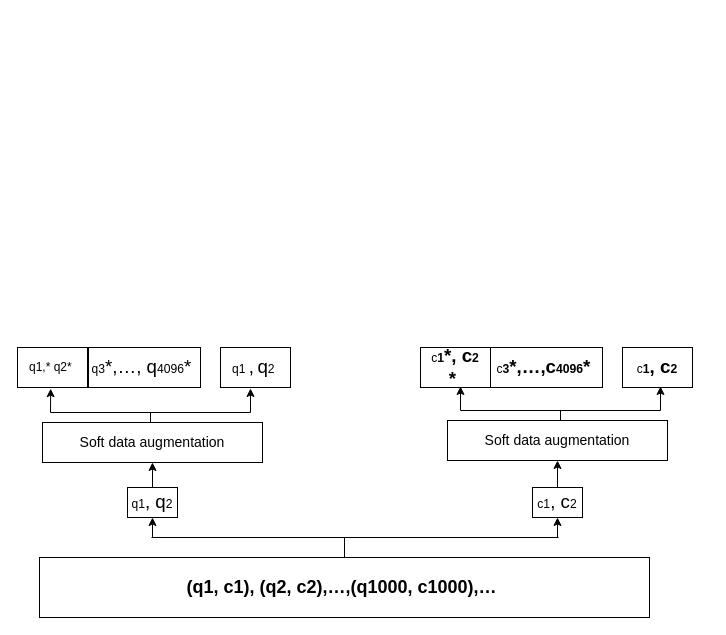
Earlier version of the draw.io diagram 未命名绘图.drawio (Raychon614/StudentData). Source tidied: cells renumbered, new cells numbered last; positions are measured from the earlier drawing's top-left corner, leaving out a move shared by most shapes. Both pictures are drawn from the tidied source at 100%, with x=0, y=0 at pixel (17, 347).
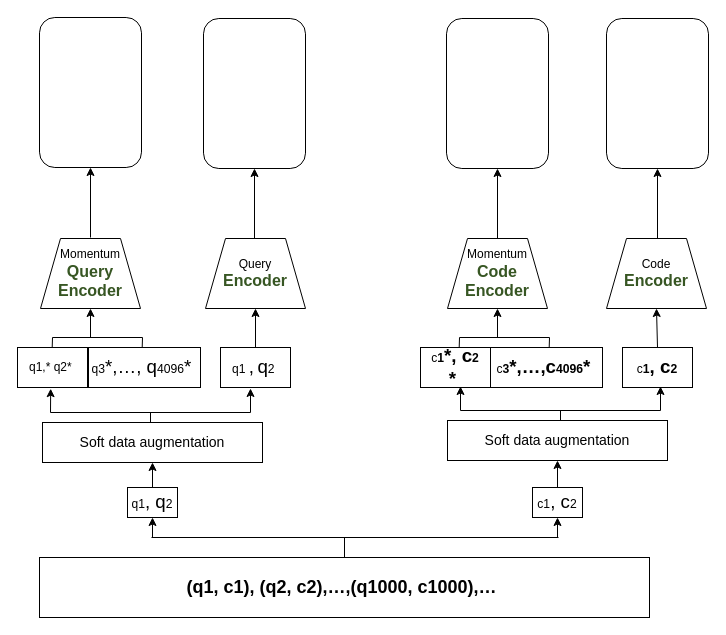
The same diagram, later.

Commit message (it also covers changes not shown here):
更新未命名绘图.drawio

Unchanged cells that the change refers to:
```xml
<mxCell id="15" value="&lt;div&gt;q&lt;span style=&quot;font-size: 9.12pt; font-family: Arial-BoldMT;&quot;&gt;1 &lt;/span&gt;&lt;span style=&quot;font-size: 14.064pt; font-family: Arial-BoldMT;&quot;&gt;,&lt;/span&gt;&lt;span style=&quot;font-size: 9.12pt; font-family: Arial-BoldMT;&quot;&gt; &lt;/span&gt;&lt;span style=&quot;font-size: 14.064pt; font-family: Arial-BoldMT;&quot;&gt;q&lt;/span&gt;&lt;span style=&quot;font-size: 9.12pt; font-family: Arial-BoldMT;&quot;&gt;2&amp;nbsp;&lt;/span&gt;&lt;/div&gt;" style="rounded=0;whiteSpace=wrap;html=1;" parent="1" vertex="1">
  <mxGeometry x="203" width="70" height="40" as="geometry" />
</mxCell>
<mxCell id="18" value="&lt;div&gt;c&lt;span style=&quot;font-size: 9.12pt; font-family: Arial-BoldMT; font-weight: bold;&quot;&gt;1&lt;/span&gt;&lt;span style=&quot;font-size: 14.064pt; font-family: Arial-BoldMT; font-weight: bold;&quot;&gt;, c&lt;/span&gt;&lt;span style=&quot;font-size: 9.12pt; font-family: Arial-BoldMT; font-weight: bold;&quot;&gt;2&lt;/span&gt;&lt;/div&gt;" style="rounded=0;whiteSpace=wrap;html=1;" parent="1" vertex="1">
  <mxGeometry x="605" width="70" height="40" as="geometry" />
</mxCell>
```

Diff of the diagram source:
```diff
@@
+    <mxCell id="27" value="&lt;div&gt;Momentum&lt;br/&gt;&lt;/div&gt;&lt;div&gt;&lt;span style=&quot;mso-spacerun:'yes';font-size:12pt;font-family:Arial-BoldMT;color:rgb(55,86,35);font-weight:bold;&quot;&gt;Query &lt;br/&gt;&lt;/span&gt;&lt;/div&gt;&lt;div&gt;&lt;span style=&quot;mso-spacerun:'yes';font-size:12pt;font-family:Arial-BoldMT;color:rgb(55,86,35);font-weight:bold;&quot;&gt;Encoder&lt;/span&gt;&lt;/div&gt;" style="shape=trapezoid;perimeter=trapezoidPerimeter;whiteSpace=wrap;html=1;fixedSize=1;" parent="1" vertex="1">
+      <mxGeometry x="23" y="-109" width="100" height="70" as="geometry" />
+    </mxCell>
+    <mxCell id="28" value="&lt;div&gt;Query &lt;br/&gt;&lt;/div&gt;&lt;div&gt;&lt;span style=&quot;mso-spacerun:'yes';font-size:12pt;font-family:Arial-BoldMT;color:rgb(55,86,35);font-weight:bold;&quot;&gt;Encoder&lt;/span&gt;&lt;/div&gt;" style="shape=trapezoid;perimeter=trapezoidPerimeter;whiteSpace=wrap;html=1;fixedSize=1;" parent="1" vertex="1">
+      <mxGeometry x="188" y="-109" width="100" height="70" as="geometry" />
+    </mxCell>
+    <mxCell id="29" value="&lt;div&gt;Momentum&lt;br/&gt;&lt;/div&gt;&lt;div&gt;&lt;span style=&quot;mso-spacerun:'yes';font-size:12pt;font-family:Arial-BoldMT;color:rgb(55,86,35);font-weight:bold;&quot;&gt;Code &lt;br/&gt;&lt;/span&gt;&lt;/div&gt;&lt;div&gt;&lt;span style=&quot;mso-spacerun:'yes';font-size:12pt;font-family:Arial-BoldMT;color:rgb(55,86,35);font-weight:bold;&quot;&gt;Encoder&lt;/span&gt;&lt;/div&gt;" style="shape=trapezoid;perimeter=trapezoidPerimeter;whiteSpace=wrap;html=1;fixedSize=1;" parent="1" vertex="1">
+      <mxGeometry x="430" y="-109" width="100" height="70" as="geometry" />
+    </mxCell>
+    <mxCell id="30" value="&lt;div&gt;Code &lt;br/&gt;&lt;/div&gt;&lt;div&gt;&lt;span style=&quot;mso-spacerun:'yes';font-size:12pt;font-family:Arial-BoldMT;color:rgb(55,86,35);font-weight:bold;&quot;&gt;Encoder&lt;/span&gt;&lt;/div&gt;" style="shape=trapezoid;perimeter=trapezoidPerimeter;whiteSpace=wrap;html=1;fixedSize=1;" parent="1" vertex="1">
+      <mxGeometry x="589" y="-109" width="100" height="70" as="geometry" />
+    </mxCell>
+    <mxCell id="31" style="endArrow=classic;html=1;rounded=0;exitX=0.5;exitY=0;exitDx=0;exitDy=0;entryX=0.5;entryY=1;entryDx=0;entryDy=0;" parent="1" edge="1" source="15" target="28">
+      <mxGeometry relative="1" as="geometry" />
+    </mxCell>
+    <mxCell id="32" style="endArrow=classic;html=1;rounded=0;exitX=0.5;exitY=0;exitDx=0;exitDy=0;entryX=0.5;entryY=1;entryDx=0;entryDy=0;" parent="1" edge="1" source="18" target="30">
+      <mxGeometry relative="1" as="geometry" />
+    </mxCell>
+    <mxCell id="33" style="endArrow=none;html=1;rounded=0;" parent="1" edge="1">
+      <mxGeometry relative="1" as="geometry">
+        <mxPoint x="34.7" as="sourcePoint" />
+        <mxPoint x="35" y="-10" as="targetPoint" />
+      </mxGeometry>
+    </mxCell>
+    <mxCell id="34" style="endArrow=none;html=1;rounded=0;" parent="1" edge="1">
+      <mxGeometry relative="1" as="geometry">
+        <mxPoint x="124.7" as="sourcePoint" />
+        <mxPoint x="125" y="-10" as="targetPoint" />
+      </mxGeometry>
+    </mxCell>
+    <mxCell id="35" style="endArrow=none;html=1;rounded=0;" parent="1" edge="1">
+      <mxGeometry relative="1" as="geometry">
+        <mxPoint x="35" y="-10" as="sourcePoint" />
+        <mxPoint x="125" y="-10" as="targetPoint" />
+      </mxGeometry>
+    </mxCell>
+    <mxCell id="36" style="endArrow=classic;html=1;rounded=0;entryX=0.5;entryY=1;entryDx=0;entryDy=0;" parent="1" edge="1" target="27">
+      <mxGeometry relative="1" as="geometry">
+        <mxPoint x="73" y="-10" as="sourcePoint" />
+      </mxGeometry>
+    </mxCell>
+    <mxCell id="37" style="endArrow=none;html=1;rounded=0;" parent="1" edge="1">
+      <mxGeometry relative="1" as="geometry">
+        <mxPoint x="441.7" as="sourcePoint" />
+        <mxPoint x="442" y="-10" as="targetPoint" />
+      </mxGeometry>
+    </mxCell>
+    <mxCell id="38" style="endArrow=none;html=1;rounded=0;" parent="1" edge="1">
+      <mxGeometry relative="1" as="geometry">
+        <mxPoint x="531.7" as="sourcePoint" />
+        <mxPoint x="532" y="-10" as="targetPoint" />
+      </mxGeometry>
+    </mxCell>
+    <mxCell id="39" style="endArrow=none;html=1;rounded=0;" parent="1" edge="1">
+      <mxGeometry relative="1" as="geometry">
+        <mxPoint x="442" y="-10" as="sourcePoint" />
+        <mxPoint x="532" y="-10" as="targetPoint" />
+      </mxGeometry>
+    </mxCell>
+    <mxCell id="40" style="endArrow=classic;html=1;rounded=0;entryX=0.5;entryY=1;entryDx=0;entryDy=0;" parent="1" edge="1">
+      <mxGeometry relative="1" as="geometry">
+        <mxPoint x="480" y="-10" as="sourcePoint" />
+        <mxPoint x="480" y="-39" as="targetPoint" />
+      </mxGeometry>
+    </mxCell>
+    <mxCell id="41" style="rounded=1;whiteSpace=wrap;html=1;" parent="1" vertex="1">
+      <mxGeometry x="22" y="-330" width="102" height="150" as="geometry" />
+    </mxCell>
+    <mxCell id="42" style="endArrow=classic;html=1;rounded=0;entryX=0.5;entryY=1;entryDx=0;entryDy=0;" parent="1" edge="1" target="41">
+      <mxGeometry relative="1" as="geometry">
+        <mxPoint x="73" y="-110" as="sourcePoint" />
+      </mxGeometry>
+    </mxCell>
+    <mxCell id="43" style="rounded=1;whiteSpace=wrap;html=1;" parent="1" vertex="1">
+      <mxGeometry x="186" y="-329" width="102" height="150" as="geometry" />
+    </mxCell>
+    <mxCell id="44" style="endArrow=classic;html=1;rounded=0;entryX=0.5;entryY=1;entryDx=0;entryDy=0;" parent="1" edge="1" target="43">
+      <mxGeometry relative="1" as="geometry">
+        <mxPoint x="237" y="-109" as="sourcePoint" />
+      </mxGeometry>
+    </mxCell>
+    <mxCell id="45" style="rounded=1;whiteSpace=wrap;html=1;" parent="1" vertex="1">
+      <mxGeometry x="429" y="-329" width="102" height="150" as="geometry" />
+    </mxCell>
+    <mxCell id="46" style="endArrow=classic;html=1;rounded=0;entryX=0.5;entryY=1;entryDx=0;entryDy=0;" parent="1" edge="1" target="45">
+      <mxGeometry relative="1" as="geometry">
+        <mxPoint x="480" y="-109" as="sourcePoint" />
+      </mxGeometry>
+    </mxCell>
+    <mxCell id="47" style="rounded=1;whiteSpace=wrap;html=1;" parent="1" vertex="1">
+      <mxGeometry x="589" y="-329" width="102" height="150" as="geometry" />
+    </mxCell>
+    <mxCell id="48" style="endArrow=classic;html=1;rounded=0;entryX=0.5;entryY=1;entryDx=0;entryDy=0;" parent="1" edge="1" target="47">
+      <mxGeometry relative="1" as="geometry">
+        <mxPoint x="640" y="-109" as="sourcePoint" />
+      </mxGeometry>
+    </mxCell>
```
